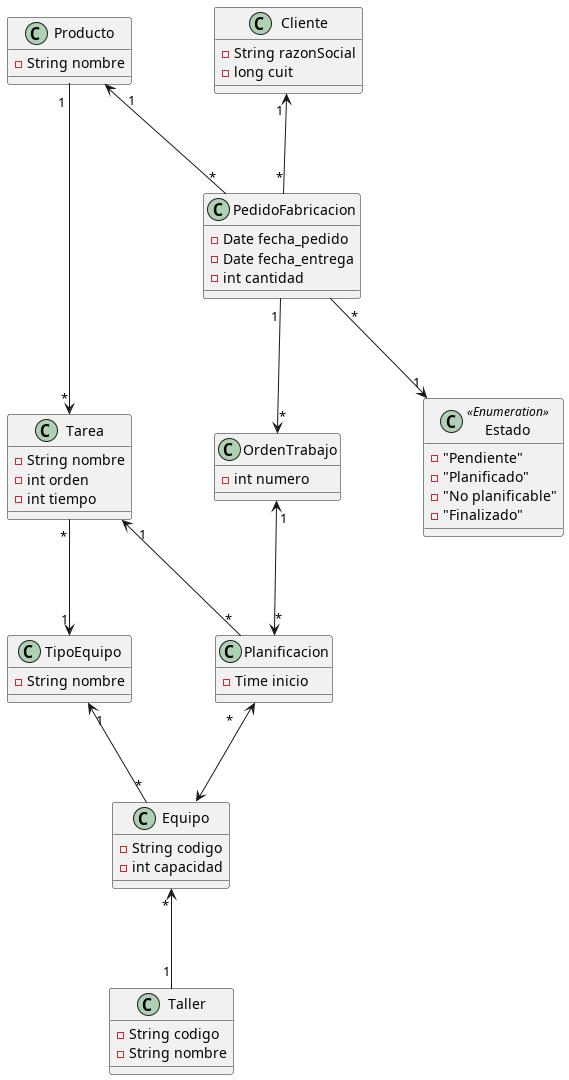
Earlier version of the PlantUML export diagrama.png (gonnlopezz/mrp_lite).
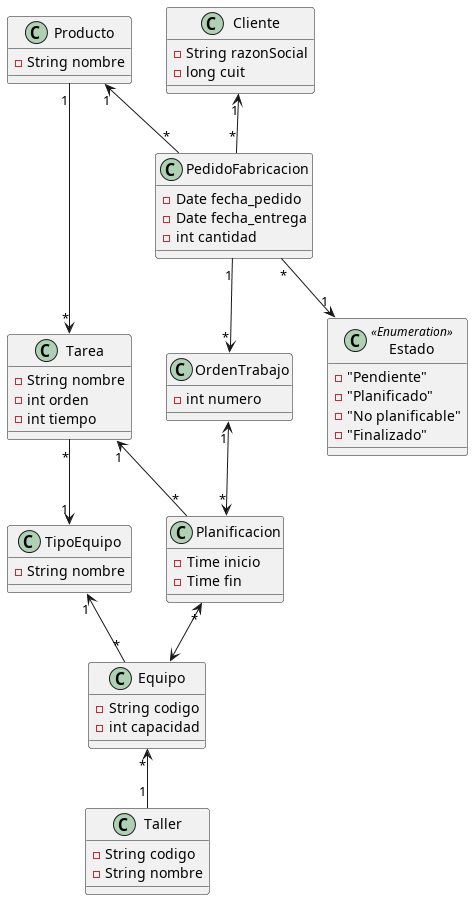
The same diagram one commit later.

The edit, as a diff of the source:
```diff
@@ -29,6 +29,7 @@
 }
 class Planificacion{
   -Time inicio
+  -Time fin
 }
 class Estado<<Enumeration>>{
   -"Pendiente"
```
